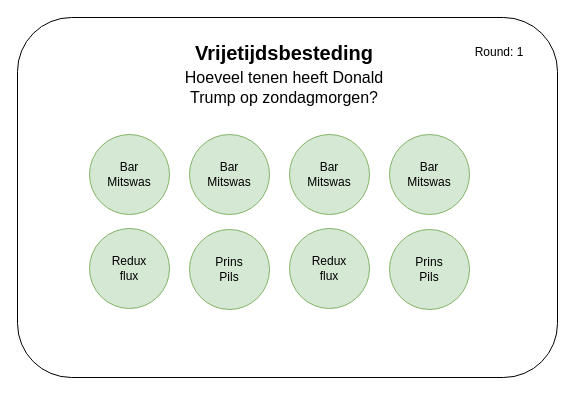
The draw.io diagram page "Ongoing question" (1 of 2) of assets/Score/ScoreboardApp.drawio in TBeeren/PubQuiz, before the edit. Source tidied: cells renumbered, new cells numbered last; positions are measured from the earlier drawing's top-left corner, leaving out a move shared by most shapes. Both pictures are drawn from the tidied source at 100%, with x=0, y=0 at pixel (17, 17).
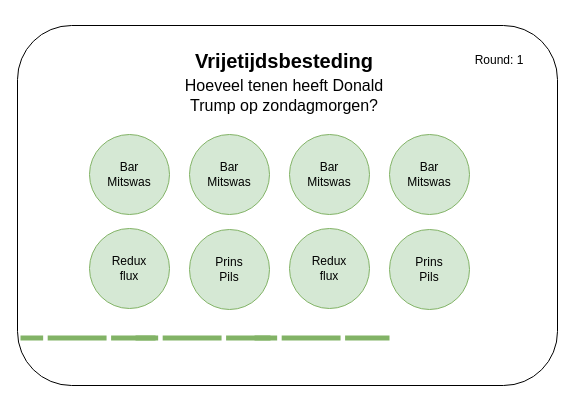
After the change.

What changed in the source:
```diff
@@
     <mxCell id="2" style="rounded=1;whiteSpace=wrap;html=1;align=center;" parent="1" vertex="1">
-      <mxGeometry width="540" height="360" as="geometry" />
+      <mxGeometry y="8" width="540" height="360" as="geometry" />
     </mxCell>
     <mxCell id="3" value="&lt;font style=&quot;font-size: 16px&quot;&gt;Hoeveel tenen heeft Donald Trump op zondagmorgen?&lt;/font&gt;" style="text;html=1;strokeColor=none;fillColor=none;align=center;verticalAlign=middle;whiteSpace=wrap;rounded=0;" parent="1" vertex="1">
-      <mxGeometry x="157" y="50" width="220" height="40" as="geometry" />
+      <mxGeometry x="157" y="58" width="220" height="40" as="geometry" />
     </mxCell>
     <mxCell id="4" value="Vrijetijdsbesteding" style="text;html=1;strokeColor=none;fillColor=none;align=center;verticalAlign=middle;whiteSpace=wrap;rounded=0;fontSize=20;fontStyle=1;" parent="1" vertex="1">
-      <mxGeometry x="172" y="20" width="190" height="30" as="geometry" />
+      <mxGeometry x="172" y="28" width="190" height="30" as="geometry" />
     </mxCell>
     <mxCell id="5" value="Round: 1" style="text;html=1;strokeColor=none;fillColor=none;align=center;verticalAlign=middle;whiteSpace=wrap;rounded=0;" parent="1" vertex="1">
-      <mxGeometry x="447" y="25" width="70" height="20" as="geometry" />
+      <mxGeometry x="447" y="33" width="70" height="20" as="geometry" />
     </mxCell>
@@
+    <mxCell id="28" style="verticalLabelPosition=bottom;verticalAlign=top;html=1;shadow=0;dashed=0;strokeWidth=5;shape=mxgraph.android.indeterminate_progress_bar;strokeColor=#82b366;fillColor=#d5e8d4;" parent="1" vertex="1">
+      <mxGeometry x="3" y="318" width="135" height="5" as="geometry" />
+    </mxCell>
+    <mxCell id="29" style="verticalLabelPosition=bottom;verticalAlign=top;html=1;shadow=0;dashed=0;strokeWidth=5;shape=mxgraph.android.indeterminate_progress_bar;strokeColor=#82b366;fillColor=#d5e8d4;" parent="1" vertex="1">
+      <mxGeometry x="118" y="318" width="135" height="5" as="geometry" />
+    </mxCell>
+    <mxCell id="30" style="verticalLabelPosition=bottom;verticalAlign=top;html=1;shadow=0;dashed=0;strokeWidth=5;shape=mxgraph.android.indeterminate_progress_bar;strokeColor=#82b366;fillColor=#d5e8d4;" parent="1" vertex="1">
+      <mxGeometry x="237" y="318" width="135" height="5" as="geometry" />
+    </mxCell>
```
